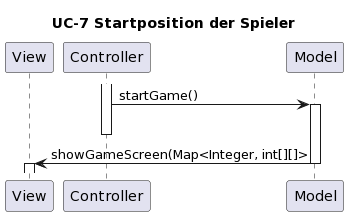
The PlantUML diagram doku-game/UC-7-StartPosition.png in PrismFox/tron-game, before a commit.
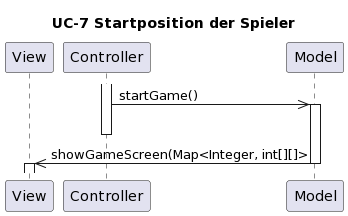
The same file after the commit.

What changed in the source:
```diff
@@ -6,10 +6,10 @@
 
 Participant Model
 Activate Controller
-Controller -> Model : startGame()
+Controller ->> Model : startGame()
 Activate Model
 Deactivate Controller
-Model -> View : showGameScreen(Map<Integer, int[][]>
+Model ->> View : showGameScreen(Map<Integer, int[][]>
 Deactivate Model
 Activate View
 @enduml
```
